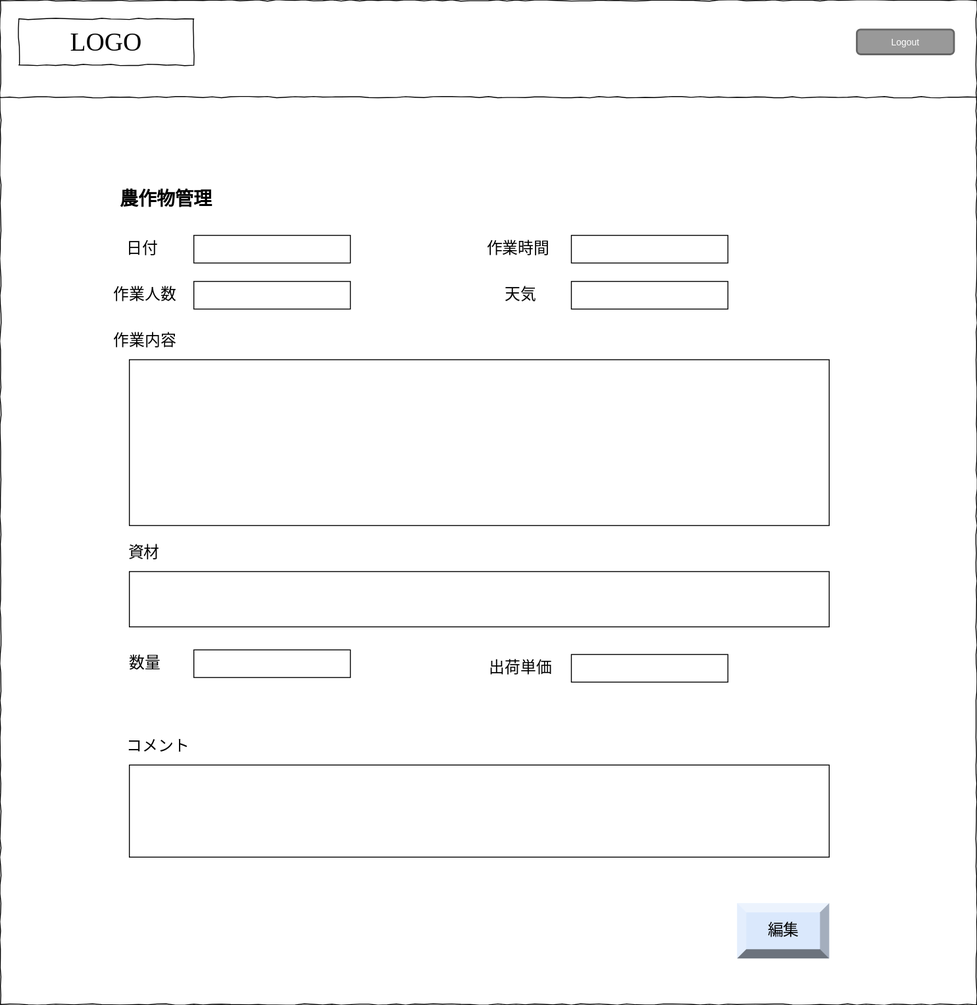
Before: fammersApp-実績管理.svg, a diagram exported from draw.io (SatoHayato0328/fammersApp.github.io). Source tidied: cells renumbered, new cells last; positions are measured from the earlier drawing's top-left corner, leaving out a move shared by most shapes.
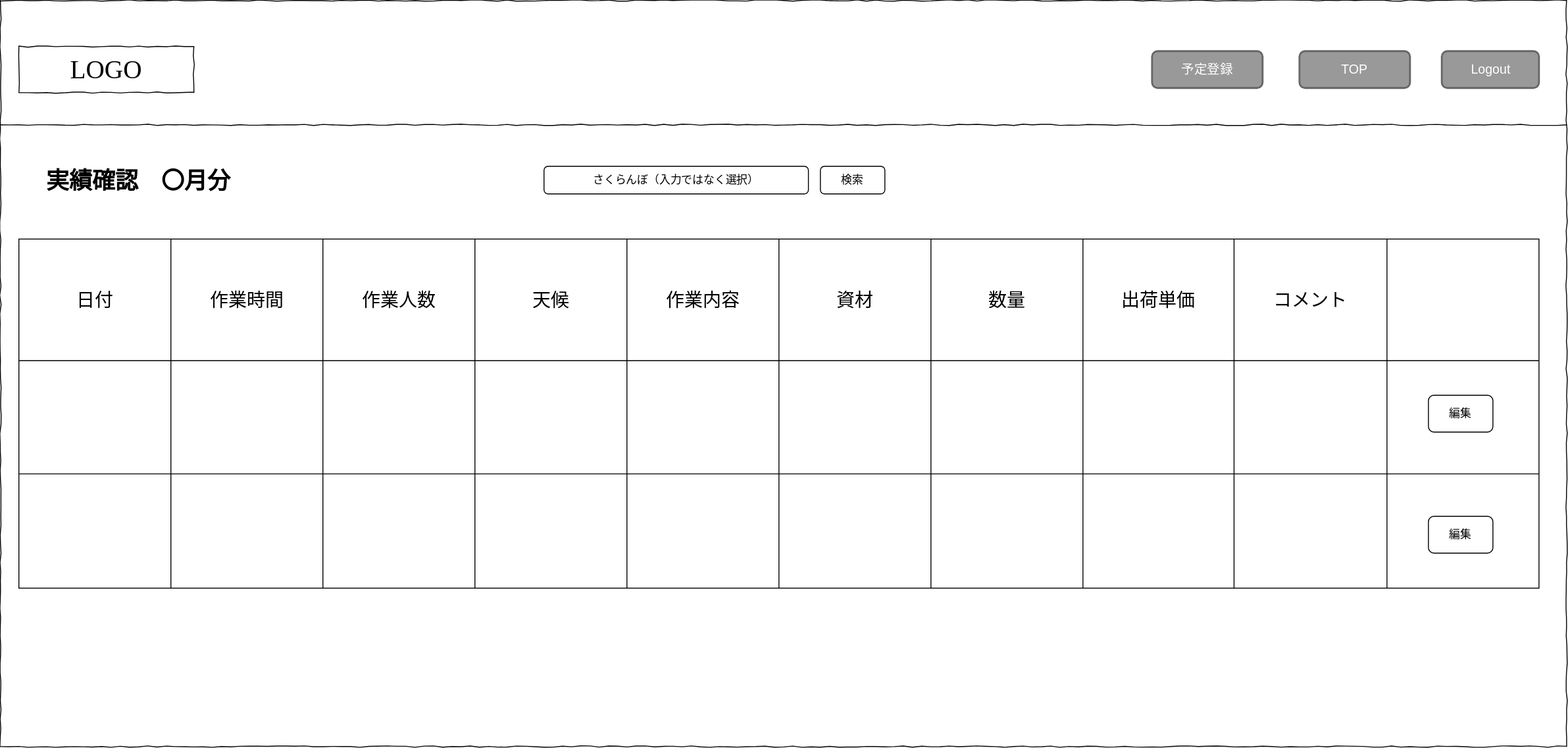
Above is the later version.

What changed in the source:
```diff
@@ -1,78 +1,141 @@
 <mxGraphModel>
   <root>
-    <mxCell id="0" />
-    <mxCell id="1" parent="0" />
-    <mxCell id="2" style="whiteSpace=wrap;html=1;rounded=0;shadow=0;labelBackgroundColor=none;strokeColor=#000000;strokeWidth=1;fillColor=none;fontFamily=Verdana;fontSize=12;fontColor=#000000;align=center;comic=1;" parent="1" vertex="1">
-      <mxGeometry width="1060" height="1090" as="geometry" />
-    </mxCell>
+    <mxCell id="26" />
+    <mxCell id="27" parent="26" />
+    <mxCell id="28" style="whiteSpace=wrap;html=1;rounded=0;shadow=0;labelBackgroundColor=none;strokeColor=#000000;strokeWidth=1;fillColor=none;fontFamily=Verdana;fontSize=12;fontColor=#000000;align=center;comic=1;" parent="27" vertex="1">
+      <mxGeometry y="-30" width="1700" height="810" as="geometry" />
+    </mxCell>
-    <mxCell id="3" value="LOGO" style="whiteSpace=wrap;html=1;rounded=0;shadow=0;labelBackgroundColor=none;strokeWidth=1;fontFamily=Verdana;fontSize=28;align=center;comic=1;" parent="1" vertex="1">
+    <mxCell id="3" value="LOGO" style="whiteSpace=wrap;html=1;rounded=0;shadow=0;labelBackgroundColor=none;strokeWidth=1;fontFamily=Verdana;fontSize=28;align=center;comic=1;" parent="27" vertex="1">
       <mxGeometry x="20" y="20" width="190" height="50" as="geometry" />
     </mxCell>
-    <mxCell id="4" style="line;strokeWidth=1;html=1;rounded=0;shadow=0;labelBackgroundColor=none;fillColor=none;fontFamily=Verdana;fontSize=14;fontColor=#000000;align=center;comic=1;" parent="1" vertex="1">
-      <mxGeometry y="100" width="1060" height="10" as="geometry" />
-    </mxCell>
-    <mxCell id="5" value="農作物管理" style="text;html=1;strokeColor=none;fillColor=none;align=center;verticalAlign=middle;whiteSpace=wrap;rounded=0;labelBackgroundColor=none;fontSize=20;fontStyle=1;" parent="1" vertex="1">
-      <mxGeometry x="110" y="200" width="140" height="30" as="geometry" />
-    </mxCell>
+    <mxCell id="29" style="line;strokeWidth=1;html=1;rounded=0;shadow=0;labelBackgroundColor=none;fillColor=none;fontFamily=Verdana;fontSize=14;fontColor=#000000;align=center;comic=1;" parent="27" vertex="1">
+      <mxGeometry y="100" width="1700" height="10" as="geometry" />
+    </mxCell>
+    <mxCell id="25" value="&lt;font style=&quot;font-size: 14px&quot;&gt;Logout&lt;/font&gt;" style="rounded=1;html=1;shadow=0;dashed=0;whiteSpace=wrap;fontSize=10;fillColor=#999999;align=center;strokeColor=#666666;fontColor=#ffffff;strokeWidth=2;" parent="27" vertex="1">
+      <mxGeometry x="1564.5" y="25" width="105.5" height="40" as="geometry" />
+    </mxCell>
+    <mxCell id="30" value="実績確認　〇月分" style="text;html=1;strokeColor=none;fillColor=none;align=center;verticalAlign=middle;whiteSpace=wrap;rounded=0;fontSize=25;fontStyle=1;" parent="27" vertex="1">
+      <mxGeometry x="30" y="130" width="240" height="70" as="geometry" />
+    </mxCell>
+    <mxCell id="31" style="shape=table;html=1;whiteSpace=wrap;startSize=0;" parent="27" vertex="1">
+      <mxGeometry x="20" y="229" width="1650" height="379" as="geometry" />
+    </mxCell>
+    <mxCell id="32" style="shape=partialRectangle;html=1;whiteSpace=wrap;fillColor=none;top=0;left=0;bottom=0;right=0;" parent="31" vertex="1">
+      <mxGeometry width="1650" height="132" as="geometry" />
+    </mxCell>
-    <mxCell id="6" value="日付" style="text;html=1;strokeColor=none;fillColor=none;align=center;verticalAlign=middle;whiteSpace=wrap;rounded=0;labelBackgroundColor=none;fontSize=17;" parent="1" vertex="1">
-      <mxGeometry x="134" y="260" width="40" height="20" as="geometry" />
+    <mxCell id="6" value="&lt;font style=&quot;font-size: 20px&quot;&gt;日付&lt;/font&gt;" style="shape=partialRectangle;html=1;whiteSpace=wrap;fillColor=none;top=0;left=0;bottom=0;right=0;overflow=hidden;" parent="32" vertex="1">
+      <mxGeometry width="165" height="132" as="geometry" />
     </mxCell>
-    <mxCell id="7" style="rounded=0;whiteSpace=wrap;html=1;labelBackgroundColor=none;fontSize=17;" parent="1" vertex="1">
-      <mxGeometry x="210" y="255" width="170" height="30" as="geometry" />
-    </mxCell>
+    <mxCell id="13" value="&lt;font style=&quot;font-size: 20px&quot;&gt;作業時間&lt;/font&gt;" style="shape=partialRectangle;html=1;whiteSpace=wrap;fillColor=none;top=0;left=0;bottom=0;right=0;overflow=hidden;" parent="32" vertex="1">
+      <mxGeometry x="165" width="165" height="132" as="geometry" />
+    </mxCell>
+    <mxCell id="15" value="&lt;font style=&quot;font-size: 20px&quot;&gt;作業人数&lt;/font&gt;" style="shape=partialRectangle;html=1;whiteSpace=wrap;fillColor=none;top=0;left=0;bottom=0;right=0;overflow=hidden;" parent="32" vertex="1">
+      <mxGeometry x="330" width="165" height="132" as="geometry" />
+    </mxCell>
+    <mxCell id="33" value="&lt;font style=&quot;font-size: 20px&quot;&gt;天候&lt;/font&gt;" style="shape=partialRectangle;html=1;whiteSpace=wrap;fillColor=none;top=0;left=0;bottom=0;right=0;overflow=hidden;" parent="32" vertex="1">
+      <mxGeometry x="495" width="165" height="132" as="geometry" />
+    </mxCell>
-    <mxCell id="8" value="作業内容" style="text;html=1;strokeColor=none;fillColor=none;align=center;verticalAlign=middle;whiteSpace=wrap;rounded=0;labelBackgroundColor=none;fontSize=17;" parent="1" vertex="1">
-      <mxGeometry x="112" y="360" width="90" height="20" as="geometry" />
+    <mxCell id="8" value="&lt;font style=&quot;font-size: 20px&quot;&gt;作業内容&lt;/font&gt;" style="shape=partialRectangle;html=1;whiteSpace=wrap;fillColor=none;top=0;left=0;bottom=0;right=0;overflow=hidden;" parent="32" vertex="1">
+      <mxGeometry x="660" width="165" height="132" as="geometry" />
     </mxCell>
-    <mxCell id="9" style="rounded=0;whiteSpace=wrap;html=1;labelBackgroundColor=none;fontSize=17;" parent="1" vertex="1">
-      <mxGeometry x="140" y="390" width="760" height="180" as="geometry" />
-    </mxCell>
-    <mxCell id="10" value="資材" style="text;html=1;strokeColor=none;fillColor=none;align=center;verticalAlign=middle;whiteSpace=wrap;rounded=0;labelBackgroundColor=none;fontSize=17;" parent="1" vertex="1">
-      <mxGeometry x="136" y="590" width="40" height="20" as="geometry" />
+    <mxCell id="10" value="&lt;font style=&quot;font-size: 20px&quot;&gt;資材&lt;/font&gt;" style="shape=partialRectangle;html=1;whiteSpace=wrap;fillColor=none;top=0;left=0;bottom=0;right=0;overflow=hidden;" parent="32" vertex="1">
+      <mxGeometry x="825" width="165" height="132" as="geometry" />
     </mxCell>
-    <mxCell id="11" style="rounded=0;whiteSpace=wrap;html=1;labelBackgroundColor=none;fontSize=17;" parent="1" vertex="1">
-      <mxGeometry x="140" y="620" width="760" height="60" as="geometry" />
-    </mxCell>
-    <mxCell id="12" style="rounded=0;whiteSpace=wrap;html=1;labelBackgroundColor=none;fontSize=17;" parent="1" vertex="1">
-      <mxGeometry x="210" y="305" width="170" height="30" as="geometry" />
-    </mxCell>
-    <mxCell id="13" value="作業時間" style="text;html=1;strokeColor=none;fillColor=none;align=center;verticalAlign=middle;whiteSpace=wrap;rounded=0;labelBackgroundColor=none;fontSize=17;" parent="1" vertex="1">
-      <mxGeometry x="520" y="260" width="85" height="20" as="geometry" />
-    </mxCell>
-    <mxCell id="14" style="rounded=0;whiteSpace=wrap;html=1;labelBackgroundColor=none;fontSize=17;" parent="1" vertex="1">
-      <mxGeometry x="620" y="255" width="170" height="30" as="geometry" />
-    </mxCell>
-    <mxCell id="15" value="作業人数" style="text;html=1;strokeColor=none;fillColor=none;align=center;verticalAlign=middle;whiteSpace=wrap;rounded=0;labelBackgroundColor=none;fontSize=17;" parent="1" vertex="1">
-      <mxGeometry x="112" y="310" width="90" height="20" as="geometry" />
-    </mxCell>
-    <mxCell id="16" value="天気" style="text;html=1;strokeColor=none;fillColor=none;align=center;verticalAlign=middle;whiteSpace=wrap;rounded=0;labelBackgroundColor=none;fontSize=17;" parent="1" vertex="1">
-      <mxGeometry x="520" y="310" width="90" height="20" as="geometry" />
-    </mxCell>
-    <mxCell id="17" style="rounded=0;whiteSpace=wrap;html=1;labelBackgroundColor=none;fontSize=17;" parent="1" vertex="1">
-      <mxGeometry x="620" y="305" width="170" height="30" as="geometry" />
-    </mxCell>
+    <mxCell id="21" value="&lt;font style=&quot;font-size: 20px&quot;&gt;数量&lt;/font&gt;" style="shape=partialRectangle;html=1;whiteSpace=wrap;fillColor=none;top=0;left=0;bottom=0;right=0;overflow=hidden;" parent="32" vertex="1">
+      <mxGeometry x="990" width="165" height="132" as="geometry" />
+    </mxCell>
+    <mxCell id="23" value="&lt;font style=&quot;font-size: 20px&quot;&gt;出荷単価&lt;/font&gt;" style="shape=partialRectangle;html=1;whiteSpace=wrap;fillColor=none;top=0;left=0;bottom=0;right=0;overflow=hidden;" parent="32" vertex="1">
+      <mxGeometry x="1155" width="164" height="132" as="geometry" />
+    </mxCell>
-    <mxCell id="18" value="コメント" style="text;html=1;strokeColor=none;fillColor=none;align=center;verticalAlign=middle;whiteSpace=wrap;rounded=0;labelBackgroundColor=none;fontSize=17;" parent="1" vertex="1">
-      <mxGeometry x="120" y="800" width="103" height="20" as="geometry" />
+    <mxCell id="18" value="&lt;font style=&quot;font-size: 20px&quot;&gt;コメント&lt;/font&gt;" style="shape=partialRectangle;html=1;whiteSpace=wrap;fillColor=none;top=0;left=0;bottom=0;right=0;overflow=hidden;" parent="32" vertex="1">
+      <mxGeometry x="1319" width="166" height="132" as="geometry" />
     </mxCell>
-    <mxCell id="19" style="rounded=0;whiteSpace=wrap;html=1;labelBackgroundColor=none;fontSize=17;" parent="1" vertex="1">
-      <mxGeometry x="140" y="830" width="760" height="100" as="geometry" />
-    </mxCell>
-    <mxCell id="20" value="編集" style="labelPosition=center;verticalLabelPosition=middle;align=center;html=1;shape=mxgraph.basic.shaded_button;dx=10;fillColor=#dae8fc;strokeColor=#6c8ebf;labelBackgroundColor=none;fontSize=17;" parent="1" vertex="1">
-      <mxGeometry x="800" y="980" width="100" height="60" as="geometry" />
-    </mxCell>
-    <mxCell id="21" value="数量" style="text;html=1;strokeColor=none;fillColor=none;align=center;verticalAlign=middle;whiteSpace=wrap;rounded=0;labelBackgroundColor=none;fontSize=17;" parent="1" vertex="1">
-      <mxGeometry x="137" y="700" width="40" height="40" as="geometry" />
-    </mxCell>
-    <mxCell id="22" style="rounded=0;whiteSpace=wrap;html=1;labelBackgroundColor=none;fontSize=17;" parent="1" vertex="1">
-      <mxGeometry x="210" y="705" width="170" height="30" as="geometry" />
-    </mxCell>
-    <mxCell id="23" value="出荷単価" style="text;html=1;strokeColor=none;fillColor=none;align=center;verticalAlign=middle;whiteSpace=wrap;rounded=0;labelBackgroundColor=none;fontSize=17;" parent="1" vertex="1">
-      <mxGeometry x="520" y="715" width="90" height="20" as="geometry" />
-    </mxCell>
-    <mxCell id="24" style="rounded=0;whiteSpace=wrap;html=1;labelBackgroundColor=none;fontSize=17;" parent="1" vertex="1">
-      <mxGeometry x="620" y="710" width="170" height="30" as="geometry" />
-    </mxCell>
-    <mxCell id="25" value="Logout" style="rounded=1;html=1;shadow=0;dashed=0;whiteSpace=wrap;fontSize=10;fillColor=#999999;align=center;strokeColor=#666666;fontColor=#ffffff;strokeWidth=2;" parent="1" vertex="1">
-      <mxGeometry x="930" y="31.6" width="105.5" height="26.9" as="geometry" />
-    </mxCell>
+    <mxCell id="34" style="shape=partialRectangle;html=1;whiteSpace=wrap;fillColor=none;top=0;left=0;bottom=0;right=0;overflow=hidden;" parent="32" vertex="1">
+      <mxGeometry x="1485" width="165" height="132" as="geometry" />
+    </mxCell>
+    <mxCell id="35" style="shape=partialRectangle;html=1;whiteSpace=wrap;fillColor=none;top=0;left=0;bottom=0;right=0;" parent="31" vertex="1">
+      <mxGeometry y="132" width="1650" height="123" as="geometry" />
+    </mxCell>
+    <mxCell id="36" style="shape=partialRectangle;html=1;whiteSpace=wrap;fillColor=none;top=0;left=0;bottom=0;right=0;overflow=hidden;" parent="35" vertex="1">
+      <mxGeometry width="165" height="123" as="geometry" />
+    </mxCell>
+    <mxCell id="37" style="shape=partialRectangle;html=1;whiteSpace=wrap;fillColor=none;top=0;left=0;bottom=0;right=0;overflow=hidden;" parent="35" vertex="1">
+      <mxGeometry x="165" width="165" height="123" as="geometry" />
+    </mxCell>
+    <mxCell id="38" style="shape=partialRectangle;html=1;whiteSpace=wrap;fillColor=none;top=0;left=0;bottom=0;right=0;overflow=hidden;" parent="35" vertex="1">
+      <mxGeometry x="330" width="165" height="123" as="geometry" />
+    </mxCell>
+    <mxCell id="39" style="shape=partialRectangle;html=1;whiteSpace=wrap;fillColor=none;top=0;left=0;bottom=0;right=0;overflow=hidden;" parent="35" vertex="1">
+      <mxGeometry x="495" width="165" height="123" as="geometry" />
+    </mxCell>
+    <mxCell id="40" style="shape=partialRectangle;html=1;whiteSpace=wrap;fillColor=none;top=0;left=0;bottom=0;right=0;overflow=hidden;" parent="35" vertex="1">
+      <mxGeometry x="660" width="165" height="123" as="geometry" />
+    </mxCell>
+    <mxCell id="41" style="shape=partialRectangle;html=1;whiteSpace=wrap;fillColor=none;top=0;left=0;bottom=0;right=0;overflow=hidden;" parent="35" vertex="1">
+      <mxGeometry x="825" width="165" height="123" as="geometry" />
+    </mxCell>
+    <mxCell id="42" style="shape=partialRectangle;html=1;whiteSpace=wrap;fillColor=none;top=0;left=0;bottom=0;right=0;overflow=hidden;" parent="35" vertex="1">
+      <mxGeometry x="990" width="165" height="123" as="geometry" />
+    </mxCell>
+    <mxCell id="43" style="shape=partialRectangle;html=1;whiteSpace=wrap;fillColor=none;top=0;left=0;bottom=0;right=0;overflow=hidden;" parent="35" vertex="1">
+      <mxGeometry x="1155" width="164" height="123" as="geometry" />
+    </mxCell>
+    <mxCell id="44" style="shape=partialRectangle;html=1;whiteSpace=wrap;fillColor=none;top=0;left=0;bottom=0;right=0;overflow=hidden;" parent="35" vertex="1">
+      <mxGeometry x="1319" width="166" height="123" as="geometry" />
+    </mxCell>
+    <mxCell id="45" style="shape=partialRectangle;html=1;whiteSpace=wrap;fillColor=none;top=0;left=0;bottom=0;right=0;overflow=hidden;" parent="35" vertex="1">
+      <mxGeometry x="1485" width="165" height="123" as="geometry" />
+    </mxCell>
+    <mxCell id="46" style="shape=partialRectangle;html=1;whiteSpace=wrap;fillColor=none;top=0;left=0;bottom=0;right=0;" parent="31" vertex="1">
+      <mxGeometry y="255" width="1650" height="124" as="geometry" />
+    </mxCell>
+    <mxCell id="47" style="shape=partialRectangle;html=1;whiteSpace=wrap;fillColor=none;top=0;left=0;bottom=0;right=0;overflow=hidden;" parent="46" vertex="1">
+      <mxGeometry width="165" height="124" as="geometry" />
+    </mxCell>
+    <mxCell id="48" style="shape=partialRectangle;html=1;whiteSpace=wrap;fillColor=none;top=0;left=0;bottom=0;right=0;overflow=hidden;" parent="46" vertex="1">
+      <mxGeometry x="165" width="165" height="124" as="geometry" />
+    </mxCell>
+    <mxCell id="49" style="shape=partialRectangle;html=1;whiteSpace=wrap;fillColor=none;top=0;left=0;bottom=0;right=0;overflow=hidden;" parent="46" vertex="1">
+      <mxGeometry x="330" width="165" height="124" as="geometry" />
+    </mxCell>
+    <mxCell id="50" style="shape=partialRectangle;html=1;whiteSpace=wrap;fillColor=none;top=0;left=0;bottom=0;right=0;overflow=hidden;" parent="46" vertex="1">
+      <mxGeometry x="495" width="165" height="124" as="geometry" />
+    </mxCell>
+    <mxCell id="51" style="shape=partialRectangle;html=1;whiteSpace=wrap;fillColor=none;top=0;left=0;bottom=0;right=0;overflow=hidden;" parent="46" vertex="1">
+      <mxGeometry x="660" width="165" height="124" as="geometry" />
+    </mxCell>
+    <mxCell id="52" style="shape=partialRectangle;html=1;whiteSpace=wrap;fillColor=none;top=0;left=0;bottom=0;right=0;overflow=hidden;" parent="46" vertex="1">
+      <mxGeometry x="825" width="165" height="124" as="geometry" />
+    </mxCell>
+    <mxCell id="53" style="shape=partialRectangle;html=1;whiteSpace=wrap;fillColor=none;top=0;left=0;bottom=0;right=0;overflow=hidden;" parent="46" vertex="1">
+      <mxGeometry x="990" width="165" height="124" as="geometry" />
+    </mxCell>
+    <mxCell id="54" style="shape=partialRectangle;html=1;whiteSpace=wrap;fillColor=none;top=0;left=0;bottom=0;right=0;overflow=hidden;" parent="46" vertex="1">
+      <mxGeometry x="1155" width="164" height="124" as="geometry" />
+    </mxCell>
+    <mxCell id="55" style="shape=partialRectangle;html=1;whiteSpace=wrap;fillColor=none;top=0;left=0;bottom=0;right=0;overflow=hidden;" parent="46" vertex="1">
+      <mxGeometry x="1319" width="166" height="124" as="geometry" />
+    </mxCell>
+    <mxCell id="56" style="shape=partialRectangle;html=1;whiteSpace=wrap;fillColor=none;top=0;left=0;bottom=0;right=0;overflow=hidden;" parent="46" vertex="1">
+      <mxGeometry x="1485" width="165" height="124" as="geometry" />
+    </mxCell>
+    <mxCell id="57" value="検索" style="rounded=1;whiteSpace=wrap;html=1;" parent="27" vertex="1">
+      <mxGeometry x="890" y="150" width="70" height="30" as="geometry" />
+    </mxCell>
+    <mxCell id="58" value="さくらんぼ（入力ではなく選択）" style="rounded=1;whiteSpace=wrap;html=1;" parent="27" vertex="1">
+      <mxGeometry x="590" y="150" width="287" height="30" as="geometry" />
+    </mxCell>
+    <mxCell id="59" value="編集" style="rounded=1;whiteSpace=wrap;html=1;" parent="27" vertex="1">
+      <mxGeometry x="1550" y="398.5" width="70" height="40" as="geometry" />
+    </mxCell>
+    <mxCell id="60" value="編集" style="rounded=1;whiteSpace=wrap;html=1;" parent="27" vertex="1">
+      <mxGeometry x="1550" y="530" width="70" height="40" as="geometry" />
+    </mxCell>
+    <mxCell id="61" value="&lt;span style=&quot;font-size: 14px&quot;&gt;予定登録&lt;/span&gt;" style="rounded=1;html=1;shadow=0;dashed=0;whiteSpace=wrap;fontSize=10;fillColor=#999999;align=center;strokeColor=#666666;fontColor=#ffffff;strokeWidth=2;labelBackgroundColor=none;direction=west;" parent="27" vertex="1">
+      <mxGeometry x="1250" y="25" width="120" height="40" as="geometry" />
+    </mxCell>
+    <mxCell id="62" value="&lt;span style=&quot;font-size: 14px&quot;&gt;TOP&lt;/span&gt;" style="rounded=1;html=1;shadow=0;dashed=0;whiteSpace=wrap;fontSize=10;fillColor=#999999;align=center;strokeColor=#666666;fontColor=#ffffff;strokeWidth=2;labelBackgroundColor=none;direction=west;" parent="27" vertex="1">
+      <mxGeometry x="1410" y="25" width="120" height="40" as="geometry" />
+    </mxCell>
   </root>
 </mxGraphModel>
```
